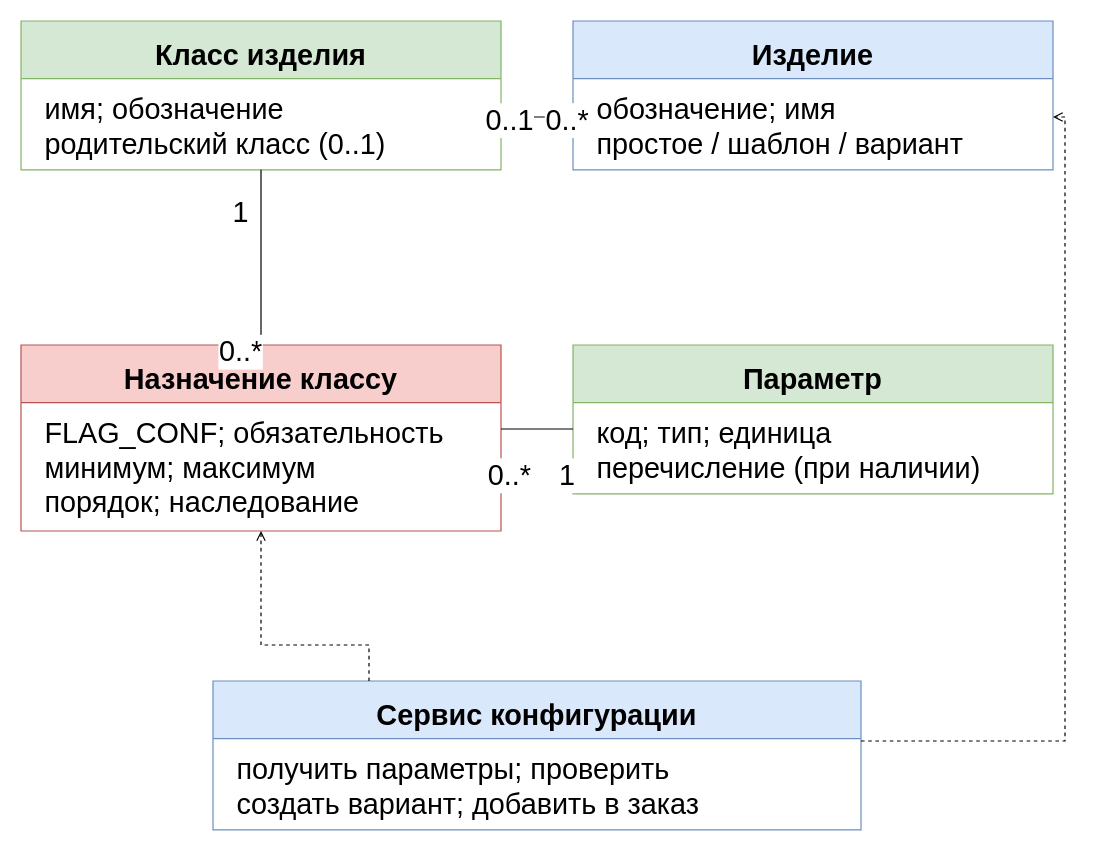
Above: utils/lab7/diagrams/03_classes_configuration.drawio in 10xtheo/mispris-sem7 (draw.io), before the change. Source tidied: cells renumbered, new cells numbered last; positions are measured from the earlier drawing's top-left corner, leaving out a move shared by most shapes. Both pictures are drawn from the tidied source at 120%, with x=0, y=0 at pixel (20, 20).
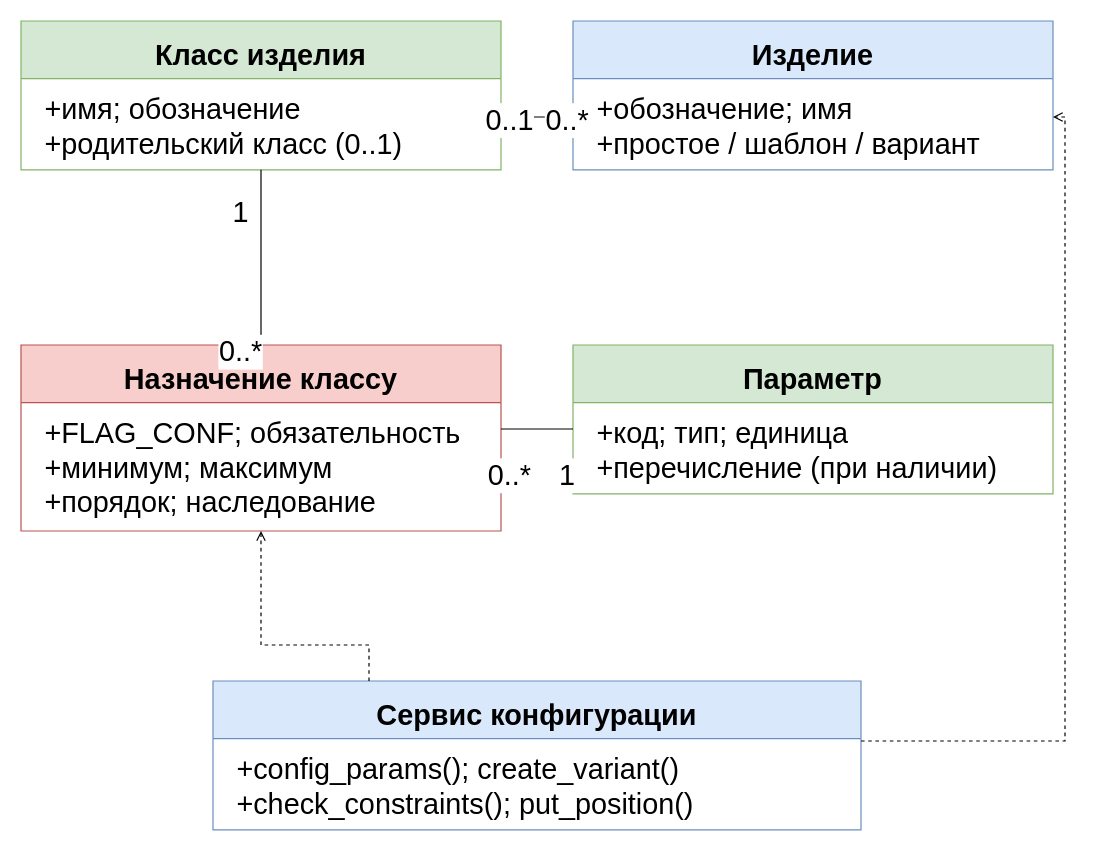
After the change.

The change refers to these unchanged cells:
```xml
<mxCell id="2" value="Класс изделия" style="rounded=0;whiteSpace=wrap;html=1;align=center;verticalAlign=top;fontFamily=Arial;fontSize=24;spacing=10;fillColor=#d5e8d4;strokeColor=#82b366;shape=swimlane;startSize=48;fontStyle=1;swimlaneFillColor=#ffffff;" parent="1" vertex="1">
  <mxGeometry width="400" height="124" as="geometry" />
</mxCell>
<mxCell id="4" value="Параметр" style="rounded=0;whiteSpace=wrap;html=1;align=center;verticalAlign=top;fontFamily=Arial;fontSize=24;spacing=10;fillColor=#d5e8d4;strokeColor=#82b366;shape=swimlane;startSize=48;fontStyle=1;swimlaneFillColor=#ffffff;" parent="1" vertex="1">
  <mxGeometry x="460" y="270" width="400" height="124" as="geometry" />
</mxCell>
<mxCell id="6" value="Назначение классу" style="rounded=0;whiteSpace=wrap;html=1;align=center;verticalAlign=top;fontFamily=Arial;fontSize=24;spacing=10;fillColor=#f8cecc;strokeColor=#b85450;shape=swimlane;startSize=48;fontStyle=1;swimlaneFillColor=#ffffff;" parent="1" vertex="1">
  <mxGeometry y="270" width="400" height="155" as="geometry" />
</mxCell>
<mxCell id="8" value="Изделие" style="rounded=0;whiteSpace=wrap;html=1;align=center;verticalAlign=top;fontFamily=Arial;fontSize=24;spacing=10;fillColor=#dae8fc;strokeColor=#6c8ebf;shape=swimlane;startSize=48;fontStyle=1;swimlaneFillColor=#ffffff;" parent="1" vertex="1">
  <mxGeometry x="460" width="400" height="124" as="geometry" />
</mxCell>
<mxCell id="10" value="Сервис конфигурации" style="rounded=0;whiteSpace=wrap;html=1;align=center;verticalAlign=top;fontFamily=Arial;fontSize=24;spacing=10;fillColor=#dae8fc;strokeColor=#6c8ebf;shape=swimlane;startSize=48;fontStyle=1;swimlaneFillColor=#ffffff;" parent="1" vertex="1">
  <mxGeometry x="160" y="550" width="540" height="124" as="geometry" />
</mxCell>
```

Diff of the diagram source:
```diff
@@
-    <mxCell id="3" value="имя; обозначение&lt;br&gt;родительский класс (0..1)" style="text;html=1;align=left;verticalAlign=top;fontFamily=Arial;fontSize=24;spacingLeft=18;spacingTop=5;fillColor=none;strokeColor=none;" parent="2" vertex="1">
+    <mxCell id="3" value="+имя; обозначение&lt;br&gt;+родительский класс (0..1)" style="text;html=1;align=left;verticalAlign=top;fontFamily=Arial;fontSize=24;spacingLeft=18;spacingTop=5;fillColor=none;strokeColor=none;" parent="2" vertex="1">
       <mxGeometry y="48" width="400" height="76" as="geometry" />
     </mxCell>
@@
-    <mxCell id="5" value="код; тип; единица&lt;br&gt;перечисление (при наличии)" style="text;html=1;align=left;verticalAlign=top;fontFamily=Arial;fontSize=24;spacingLeft=18;spacingTop=5;fillColor=none;strokeColor=none;" parent="4" vertex="1">
+    <mxCell id="5" value="+код; тип; единица&lt;br&gt;+перечисление (при наличии)" style="text;html=1;align=left;verticalAlign=top;fontFamily=Arial;fontSize=24;spacingLeft=18;spacingTop=5;fillColor=none;strokeColor=none;" parent="4" vertex="1">
       <mxGeometry y="48" width="400" height="76" as="geometry" />
     </mxCell>
@@
-    <mxCell id="7" value="FLAG_CONF; обязательность&lt;br&gt;минимум; максимум&lt;br&gt;порядок; наследование" style="text;html=1;align=left;verticalAlign=top;fontFamily=Arial;fontSize=24;spacingLeft=18;spacingTop=5;fillColor=none;strokeColor=none;" parent="6" vertex="1">
+    <mxCell id="7" value="+FLAG_CONF; обязательность&lt;br&gt;+минимум; максимум&lt;br&gt;+порядок; наследование" style="text;html=1;align=left;verticalAlign=top;fontFamily=Arial;fontSize=24;spacingLeft=18;spacingTop=5;fillColor=none;strokeColor=none;" parent="6" vertex="1">
       <mxGeometry y="48" width="400" height="107" as="geometry" />
     </mxCell>
@@
-    <mxCell id="9" value="обозначение; имя&lt;br&gt;простое / шаблон / вариант" style="text;html=1;align=left;verticalAlign=top;fontFamily=Arial;fontSize=24;spacingLeft=18;spacingTop=5;fillColor=none;strokeColor=none;" parent="8" vertex="1">
+    <mxCell id="9" value="+обозначение; имя&lt;br&gt;+простое / шаблон / вариант" style="text;html=1;align=left;verticalAlign=top;fontFamily=Arial;fontSize=24;spacingLeft=18;spacingTop=5;fillColor=none;strokeColor=none;" parent="8" vertex="1">
       <mxGeometry y="48" width="400" height="76" as="geometry" />
     </mxCell>
@@
-    <mxCell id="11" value="получить параметры; проверить&lt;br&gt;создать вариант; добавить в заказ" style="text;html=1;align=left;verticalAlign=top;fontFamily=Arial;fontSize=24;spacingLeft=18;spacingTop=5;fillColor=none;strokeColor=none;" parent="10" vertex="1">
+    <mxCell id="11" value="+config_params(); create_variant()&lt;br&gt;+check_constraints(); put_position()" style="text;html=1;align=left;verticalAlign=top;fontFamily=Arial;fontSize=24;spacingLeft=18;spacingTop=5;fillColor=none;strokeColor=none;" parent="10" vertex="1">
       <mxGeometry y="48" width="540" height="76" as="geometry" />
     </mxCell>
```
